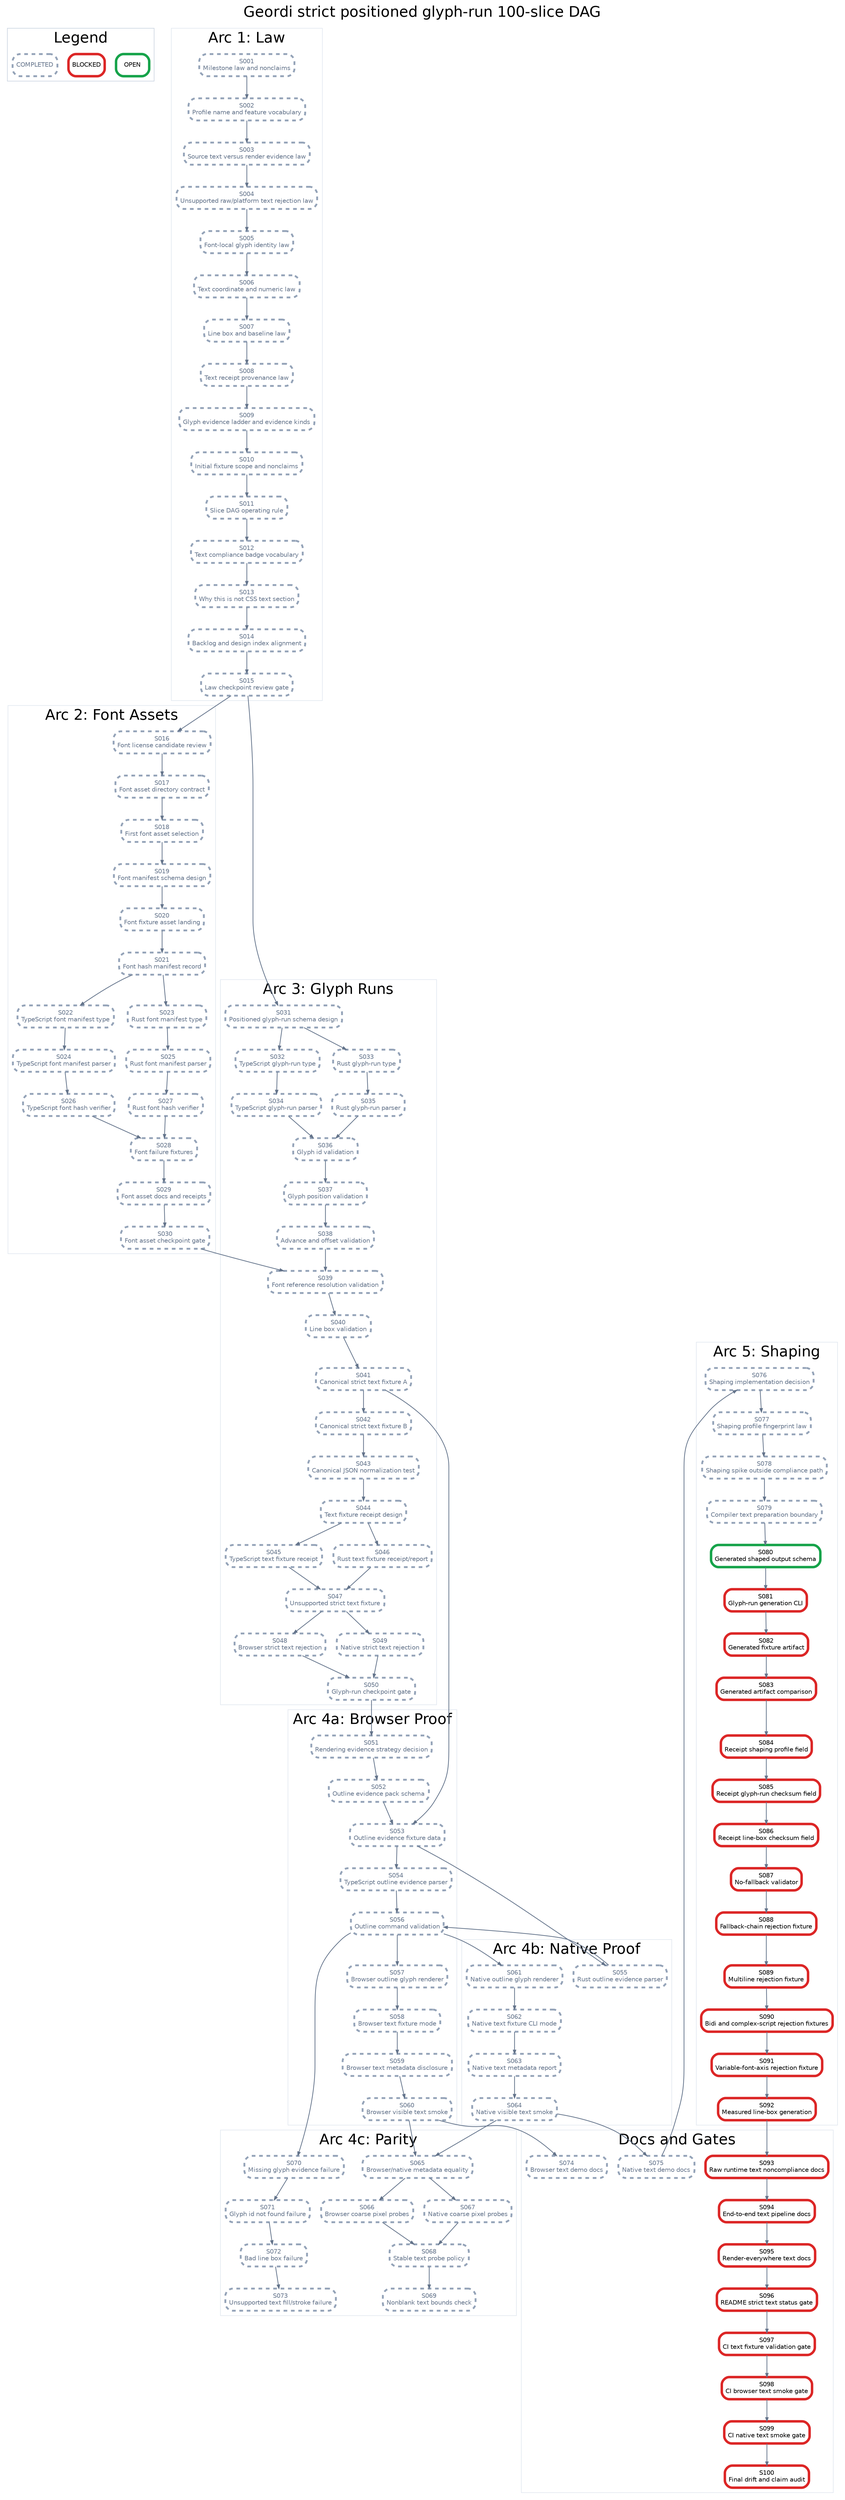
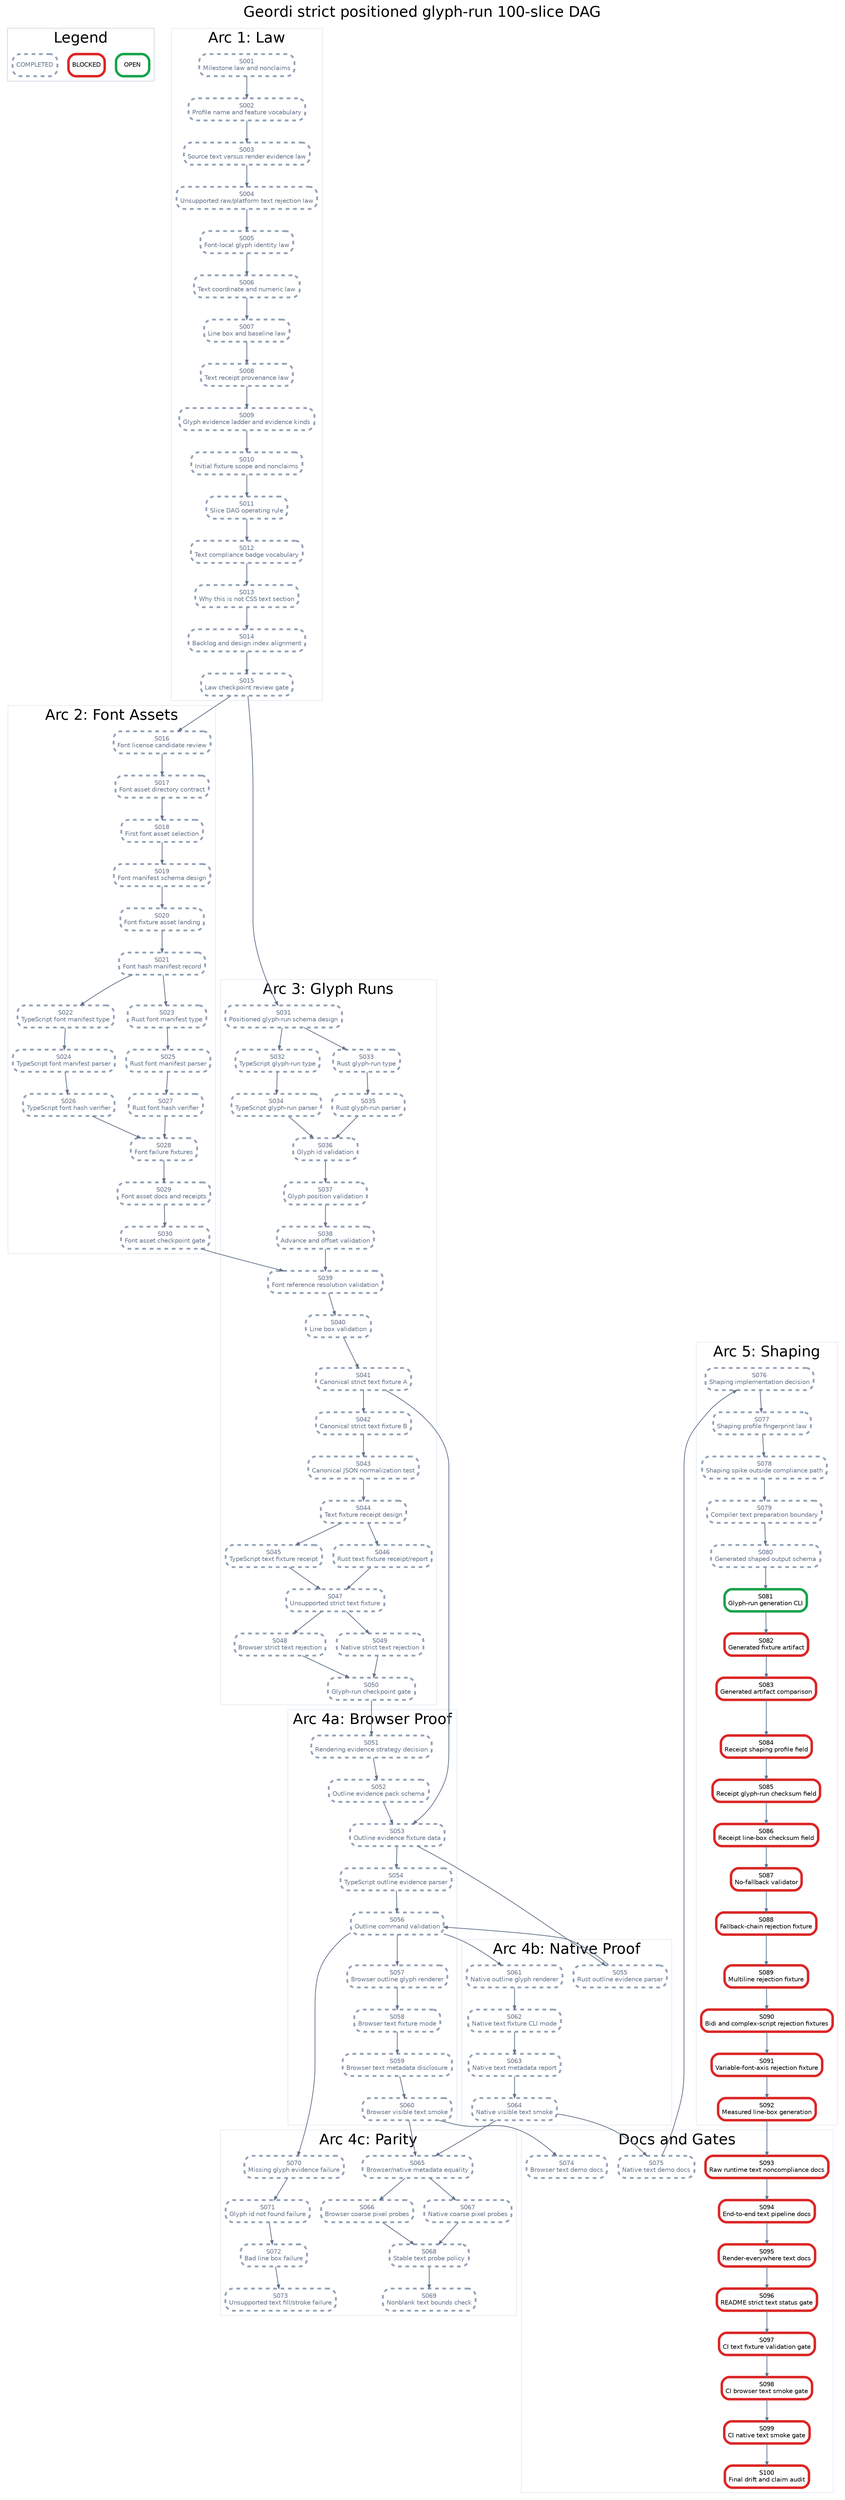
digraph StrictPositionedGlyphRunPlan {
  graph [rankdir=TB, bgcolor="white", fontname="Helvetica", label="Geordi strict positioned glyph-run 100-slice DAG", labelloc="t", fontsize=24];
  node [shape=box, style="rounded,filled", fillcolor="white", fontname="Helvetica", fontsize=10, margin="0.08,0.05"];
  edge [color="#64748b", arrowsize=0.6, penwidth=1.2];

  subgraph cluster_legend {
    label="Legend";
    color="#cbd5e1";
    legend_open [label="OPEN", color="#16a34a", penwidth=4];
    legend_blocked [label="BLOCKED", color="#dc2626", penwidth=4];
    legend_done [label="COMPLETED", color="#94a3b8", penwidth=3, style="rounded,filled,dashed", fontcolor="#64748b"];
  }

  subgraph cluster_law {
    label="Arc 1: Law";
    color="#e2e8f0";
    S001 [label="S001\nMilestone law and nonclaims", color="#94a3b8", penwidth=3, style="rounded,filled,dashed", fontcolor="#64748b"];
    S002 [label="S002\nProfile name and feature vocabulary", color="#94a3b8", penwidth=3, style="rounded,filled,dashed", fontcolor="#64748b"];
    S003 [label="S003\nSource text versus render evidence law", color="#94a3b8", penwidth=3, style="rounded,filled,dashed", fontcolor="#64748b"];
    S004 [label="S004\nUnsupported raw/platform text rejection law", color="#94a3b8", penwidth=3, style="rounded,filled,dashed", fontcolor="#64748b"];
    S005 [label="S005\nFont-local glyph identity law", color="#94a3b8", penwidth=3, style="rounded,filled,dashed", fontcolor="#64748b"];
    S006 [label="S006\nText coordinate and numeric law", color="#94a3b8", penwidth=3, style="rounded,filled,dashed", fontcolor="#64748b"];
    S007 [label="S007\nLine box and baseline law", color="#94a3b8", penwidth=3, style="rounded,filled,dashed", fontcolor="#64748b"];
    S008 [label="S008\nText receipt provenance law", color="#94a3b8", penwidth=3, style="rounded,filled,dashed", fontcolor="#64748b"];
    S009 [label="S009\nGlyph evidence ladder and evidence kinds", color="#94a3b8", penwidth=3, style="rounded,filled,dashed", fontcolor="#64748b"];
    S010 [label="S010\nInitial fixture scope and nonclaims", color="#94a3b8", penwidth=3, style="rounded,filled,dashed", fontcolor="#64748b"];
    S011 [label="S011\nSlice DAG operating rule", color="#94a3b8", penwidth=3, style="rounded,filled,dashed", fontcolor="#64748b"];
    S012 [label="S012\nText compliance badge vocabulary", color="#94a3b8", penwidth=3, style="rounded,filled,dashed", fontcolor="#64748b"];
    S013 [label="S013\nWhy this is not CSS text section", color="#94a3b8", penwidth=3, style="rounded,filled,dashed", fontcolor="#64748b"];
    S014 [label="S014\nBacklog and design index alignment", color="#94a3b8", penwidth=3, style="rounded,filled,dashed", fontcolor="#64748b"];
    S015 [label="S015\nLaw checkpoint review gate", color="#94a3b8", penwidth=3, style="rounded,filled,dashed", fontcolor="#64748b"];
  }

  subgraph cluster_assets {
    label="Arc 2: Font Assets";
    color="#e2e8f0";
    S016 [label="S016\nFont license candidate review", color="#94a3b8", penwidth=3, style="rounded,filled,dashed", fontcolor="#64748b"];
    S017 [label="S017\nFont asset directory contract", color="#94a3b8", penwidth=3, style="rounded,filled,dashed", fontcolor="#64748b"];
    S018 [label="S018\nFirst font asset selection", color="#94a3b8", penwidth=3, style="rounded,filled,dashed", fontcolor="#64748b"];
    S019 [label="S019\nFont manifest schema design", color="#94a3b8", penwidth=3, style="rounded,filled,dashed", fontcolor="#64748b"];
    S020 [label="S020\nFont fixture asset landing", color="#94a3b8", penwidth=3, style="rounded,filled,dashed", fontcolor="#64748b"];
    S021 [label="S021\nFont hash manifest record", color="#94a3b8", penwidth=3, style="rounded,filled,dashed", fontcolor="#64748b"];
    S022 [label="S022\nTypeScript font manifest type", color="#94a3b8", penwidth=3, style="rounded,filled,dashed", fontcolor="#64748b"];
    S023 [label="S023\nRust font manifest type", color="#94a3b8", penwidth=3, style="rounded,filled,dashed", fontcolor="#64748b"];
    S024 [label="S024\nTypeScript font manifest parser", color="#94a3b8", penwidth=3, style="rounded,filled,dashed", fontcolor="#64748b"];
    S025 [label="S025\nRust font manifest parser", color="#94a3b8", penwidth=3, style="rounded,filled,dashed", fontcolor="#64748b"];
    S026 [label="S026\nTypeScript font hash verifier", color="#94a3b8", penwidth=3, style="rounded,filled,dashed", fontcolor="#64748b"];
    S027 [label="S027\nRust font hash verifier", color="#94a3b8", penwidth=3, style="rounded,filled,dashed", fontcolor="#64748b"];
    S028 [label="S028\nFont failure fixtures", color="#94a3b8", penwidth=3, style="rounded,filled,dashed", fontcolor="#64748b"];
    S029 [label="S029\nFont asset docs and receipts", color="#94a3b8", penwidth=3, style="rounded,filled,dashed", fontcolor="#64748b"];
    S030 [label="S030\nFont asset checkpoint gate", color="#94a3b8", penwidth=3, style="rounded,filled,dashed", fontcolor="#64748b"];
  }

  subgraph cluster_glyph {
    label="Arc 3: Glyph Runs";
    color="#e2e8f0";
    S031 [label="S031\nPositioned glyph-run schema design", color="#94a3b8", penwidth=3, style="rounded,filled,dashed", fontcolor="#64748b"];
    S032 [label="S032\nTypeScript glyph-run type", color="#94a3b8", penwidth=3, style="rounded,filled,dashed", fontcolor="#64748b"];
    S033 [label="S033\nRust glyph-run type", color="#94a3b8", penwidth=3, style="rounded,filled,dashed", fontcolor="#64748b"];
    S034 [label="S034\nTypeScript glyph-run parser", color="#94a3b8", penwidth=3, style="rounded,filled,dashed", fontcolor="#64748b"];
    S035 [label="S035\nRust glyph-run parser", color="#94a3b8", penwidth=3, style="rounded,filled,dashed", fontcolor="#64748b"];
    S036 [label="S036\nGlyph id validation", color="#94a3b8", penwidth=3, style="rounded,filled,dashed", fontcolor="#64748b"];
    S037 [label="S037\nGlyph position validation", color="#94a3b8", penwidth=3, style="rounded,filled,dashed", fontcolor="#64748b"];
    S038 [label="S038\nAdvance and offset validation", color="#94a3b8", penwidth=3, style="rounded,filled,dashed", fontcolor="#64748b"];
    S039 [label="S039\nFont reference resolution validation", color="#94a3b8", penwidth=3, style="rounded,filled,dashed", fontcolor="#64748b"];
    S040 [label="S040\nLine box validation", color="#94a3b8", penwidth=3, style="rounded,filled,dashed", fontcolor="#64748b"];
    S041 [label="S041\nCanonical strict text fixture A", color="#94a3b8", penwidth=3, style="rounded,filled,dashed", fontcolor="#64748b"];
    S042 [label="S042\nCanonical strict text fixture B", color="#94a3b8", penwidth=3, style="rounded,filled,dashed", fontcolor="#64748b"];
    S043 [label="S043\nCanonical JSON normalization test", color="#94a3b8", penwidth=3, style="rounded,filled,dashed", fontcolor="#64748b"];
    S044 [label="S044\nText fixture receipt design", color="#94a3b8", penwidth=3, style="rounded,filled,dashed", fontcolor="#64748b"];
    S045 [label="S045\nTypeScript text fixture receipt", color="#94a3b8", penwidth=3, style="rounded,filled,dashed", fontcolor="#64748b"];
    S046 [label="S046\nRust text fixture receipt/report", color="#94a3b8", penwidth=3, style="rounded,filled,dashed", fontcolor="#64748b"];
    S047 [label="S047\nUnsupported strict text fixture", color="#94a3b8", penwidth=3, style="rounded,filled,dashed", fontcolor="#64748b"];
    S048 [label="S048\nBrowser strict text rejection", color="#94a3b8", penwidth=3, style="rounded,filled,dashed", fontcolor="#64748b"];
    S049 [label="S049\nNative strict text rejection", color="#94a3b8", penwidth=3, style="rounded,filled,dashed", fontcolor="#64748b"];
    S050 [label="S050\nGlyph-run checkpoint gate", color="#94a3b8", penwidth=3, style="rounded,filled,dashed", fontcolor="#64748b"];
  }

  subgraph cluster_browser {
    label="Arc 4a: Browser Proof";
    color="#e2e8f0";
    S051 [label="S051\nRendering evidence strategy decision", color="#94a3b8", penwidth=3, style="rounded,filled,dashed", fontcolor="#64748b"];
    S052 [label="S052\nOutline evidence pack schema", color="#94a3b8", penwidth=3, style="rounded,filled,dashed", fontcolor="#64748b"];
    S053 [label="S053\nOutline evidence fixture data", color="#94a3b8", penwidth=3, style="rounded,filled,dashed", fontcolor="#64748b"];
    S054 [label="S054\nTypeScript outline evidence parser", color="#94a3b8", penwidth=3, style="rounded,filled,dashed", fontcolor="#64748b"];
    S056 [label="S056\nOutline command validation", color="#94a3b8", penwidth=3, style="rounded,filled,dashed", fontcolor="#64748b"];
    S057 [label="S057\nBrowser outline glyph renderer", color="#94a3b8", penwidth=3, style="rounded,filled,dashed", fontcolor="#64748b"];
    S058 [label="S058\nBrowser text fixture mode", color="#94a3b8", penwidth=3, style="rounded,filled,dashed", fontcolor="#64748b"];
    S059 [label="S059\nBrowser text metadata disclosure", color="#94a3b8", penwidth=3, style="rounded,filled,dashed", fontcolor="#64748b"];
    S060 [label="S060\nBrowser visible text smoke", color="#94a3b8", penwidth=3, style="rounded,filled,dashed", fontcolor="#64748b"];
  }

  subgraph cluster_native {
    label="Arc 4b: Native Proof";
    color="#e2e8f0";
    S055 [label="S055\nRust outline evidence parser", color="#94a3b8", penwidth=3, style="rounded,filled,dashed", fontcolor="#64748b"];
    S061 [label="S061\nNative outline glyph renderer", color="#94a3b8", penwidth=3, style="rounded,filled,dashed", fontcolor="#64748b"];
    S062 [label="S062\nNative text fixture CLI mode", color="#94a3b8", penwidth=3, style="rounded,filled,dashed", fontcolor="#64748b"];
    S063 [label="S063\nNative text metadata report", color="#94a3b8", penwidth=3, style="rounded,filled,dashed", fontcolor="#64748b"];
    S064 [label="S064\nNative visible text smoke", color="#94a3b8", penwidth=3, style="rounded,filled,dashed", fontcolor="#64748b"];
  }

  subgraph cluster_parity {
    label="Arc 4c: Parity";
    color="#e2e8f0";
    S065 [label="S065\nBrowser/native metadata equality", color="#94a3b8", penwidth=3, style="rounded,filled,dashed", fontcolor="#64748b"];
    S066 [label="S066\nBrowser coarse pixel probes", color="#94a3b8", penwidth=3, style="rounded,filled,dashed", fontcolor="#64748b"];
    S067 [label="S067\nNative coarse pixel probes", color="#94a3b8", penwidth=3, style="rounded,filled,dashed", fontcolor="#64748b"];
    S068 [label="S068\nStable text probe policy", color="#94a3b8", penwidth=3, style="rounded,filled,dashed", fontcolor="#64748b"];
    S069 [label="S069\nNonblank text bounds check", color="#94a3b8", penwidth=3, style="rounded,filled,dashed", fontcolor="#64748b"];
    S070 [label="S070\nMissing glyph evidence failure", color="#94a3b8", penwidth=3, style="rounded,filled,dashed", fontcolor="#64748b"];
    S071 [label="S071\nGlyph id not found failure", color="#94a3b8", penwidth=3, style="rounded,filled,dashed", fontcolor="#64748b"];
    S072 [label="S072\nBad line box failure", color="#94a3b8", penwidth=3, style="rounded,filled,dashed", fontcolor="#64748b"];
    S073 [label="S073\nUnsupported text fill/stroke failure", color="#94a3b8", penwidth=3, style="rounded,filled,dashed", fontcolor="#64748b"];
  }

  subgraph cluster_shaping {
    label="Arc 5: Shaping";
    color="#e2e8f0";
    S076 [label="S076\nShaping implementation decision", color="#94a3b8", penwidth=3, style="rounded,filled,dashed", fontcolor="#64748b"];
    S077 [label="S077\nShaping profile fingerprint law", color="#94a3b8", penwidth=3, style="rounded,filled,dashed", fontcolor="#64748b"];
    S078 [label="S078\nShaping spike outside compliance path", color="#94a3b8", penwidth=3, style="rounded,filled,dashed", fontcolor="#64748b"];
    S079 [label="S079\nCompiler text preparation boundary", color="#94a3b8", penwidth=3, style="rounded,filled,dashed", fontcolor="#64748b"];
-     S080 [label="S080\nGenerated shaped output schema", color="#16a34a", penwidth=4];
-     S081 [label="S081\nGlyph-run generation CLI", color="#dc2626", penwidth=4];
+     S080 [label="S080\nGenerated shaped output schema", color="#94a3b8", penwidth=3, style="rounded,filled,dashed", fontcolor="#64748b"];
+     S081 [label="S081\nGlyph-run generation CLI", color="#16a34a", penwidth=4];
    S082 [label="S082\nGenerated fixture artifact", color="#dc2626", penwidth=4];
    S083 [label="S083\nGenerated artifact comparison", color="#dc2626", penwidth=4];
    S084 [label="S084\nReceipt shaping profile field", color="#dc2626", penwidth=4];
    S085 [label="S085\nReceipt glyph-run checksum field", color="#dc2626", penwidth=4];
    S086 [label="S086\nReceipt line-box checksum field", color="#dc2626", penwidth=4];
    S087 [label="S087\nNo-fallback validator", color="#dc2626", penwidth=4];
    S088 [label="S088\nFallback-chain rejection fixture", color="#dc2626", penwidth=4];
    S089 [label="S089\nMultiline rejection fixture", color="#dc2626", penwidth=4];
    S090 [label="S090\nBidi and complex-script rejection fixtures", color="#dc2626", penwidth=4];
    S091 [label="S091\nVariable-font-axis rejection fixture", color="#dc2626", penwidth=4];
    S092 [label="S092\nMeasured line-box generation", color="#dc2626", penwidth=4];
  }

  subgraph cluster_docs {
    label="Docs and Gates";
    color="#e2e8f0";
    S074 [label="S074\nBrowser text demo docs", color="#94a3b8", penwidth=3, style="rounded,filled,dashed", fontcolor="#64748b"];
    S075 [label="S075\nNative text demo docs", color="#94a3b8", penwidth=3, style="rounded,filled,dashed", fontcolor="#64748b"];
    S093 [label="S093\nRaw runtime text noncompliance docs", color="#dc2626", penwidth=4];
    S094 [label="S094\nEnd-to-end text pipeline docs", color="#dc2626", penwidth=4];
    S095 [label="S095\nRender-everywhere text docs", color="#dc2626", penwidth=4];
    S096 [label="S096\nREADME strict text status gate", color="#dc2626", penwidth=4];
    S097 [label="S097\nCI text fixture validation gate", color="#dc2626", penwidth=4];
    S098 [label="S098\nCI browser text smoke gate", color="#dc2626", penwidth=4];
    S099 [label="S099\nCI native text smoke gate", color="#dc2626", penwidth=4];
    S100 [label="S100\nFinal drift and claim audit", color="#dc2626", penwidth=4];
  }

  S001 -> S002;
  S002 -> S003;
  S003 -> S004;
  S004 -> S005;
  S005 -> S006;
  S006 -> S007;
  S007 -> S008;
  S008 -> S009;
  S009 -> S010;
  S010 -> S011;
  S011 -> S012;
  S012 -> S013;
  S013 -> S014;
  S014 -> S015;
  S015 -> S016;
  S016 -> S017;
  S017 -> S018;
  S018 -> S019;
  S019 -> S020;
  S020 -> S021;
  S021 -> S022;
  S021 -> S023;
  S022 -> S024;
  S023 -> S025;
  S024 -> S026;
  S025 -> S027;
  S026 -> S028;
  S027 -> S028;
  S028 -> S029;
  S029 -> S030;
  S015 -> S031;
  S031 -> S032;
  S031 -> S033;
  S032 -> S034;
  S033 -> S035;
  S034 -> S036;
  S035 -> S036;
  S036 -> S037;
  S037 -> S038;
  S038 -> S039;
  S039 -> S040;
  S030 -> S039;
  S040 -> S041;
  S041 -> S042;
  S042 -> S043;
  S043 -> S044;
  S044 -> S045;
  S044 -> S046;
  S045 -> S047;
  S046 -> S047;
  S047 -> S048;
  S047 -> S049;
  S048 -> S050;
  S049 -> S050;
  S050 -> S051;
  S051 -> S052;
  S052 -> S053;
  S041 -> S053;
  S053 -> S054;
  S053 -> S055;
  S054 -> S056;
  S055 -> S056;
  S056 -> S057;
  S057 -> S058;
  S058 -> S059;
  S059 -> S060;
  S056 -> S061;
  S061 -> S062;
  S062 -> S063;
  S063 -> S064;
  S060 -> S065;
  S064 -> S065;
  S065 -> S066;
  S065 -> S067;
  S066 -> S068;
  S067 -> S068;
  S068 -> S069;
  S056 -> S070;
  S070 -> S071;
  S071 -> S072;
  S072 -> S073;
  S060 -> S074;
  S064 -> S075;
  S075 -> S076;
  S076 -> S077;
  S077 -> S078;
  S078 -> S079;
  S079 -> S080;
  S080 -> S081;
  S081 -> S082;
  S082 -> S083;
  S083 -> S084;
  S084 -> S085;
  S085 -> S086;
  S086 -> S087;
  S087 -> S088;
  S088 -> S089;
  S089 -> S090;
  S090 -> S091;
  S091 -> S092;
  S092 -> S093;
  S093 -> S094;
  S094 -> S095;
  S095 -> S096;
  S096 -> S097;
  S097 -> S098;
  S098 -> S099;
  S099 -> S100;
}
